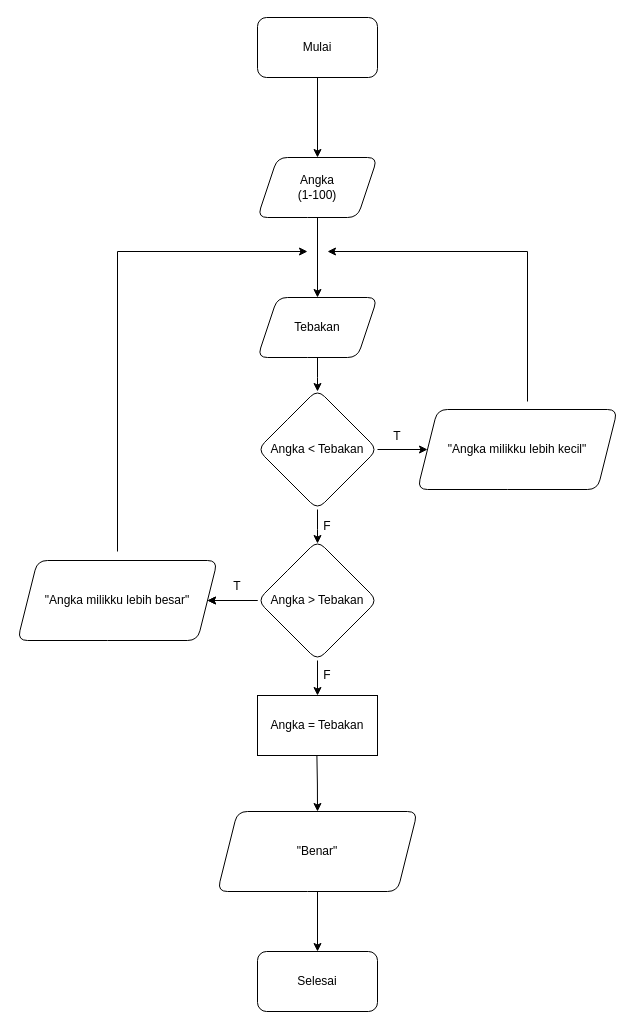
The draw.io diagram Untitled Diagram.drawio in rapf10/Algo_C_23241108, before the edit. Source tidied: cells renumbered, new cells numbered last; positions are measured from the earlier drawing's top-left corner, leaving out a move shared by most shapes. Both pictures are drawn from the tidied source at 100%, with x=0, y=0 at pixel (17, 17).
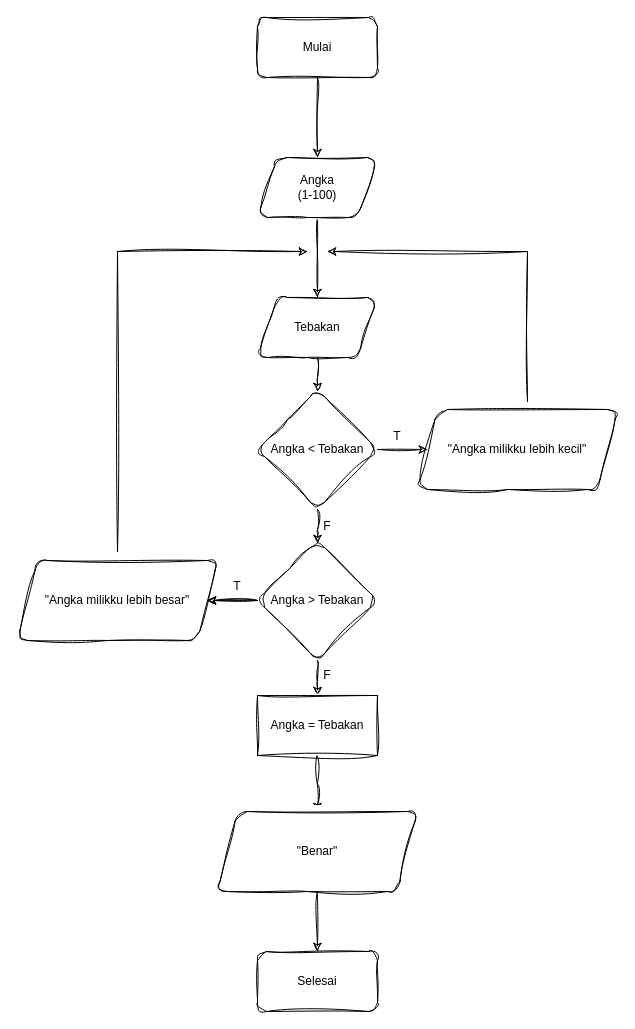
Above is the later version.

The edit, as a diff of the source:
```diff
@@
-    <mxCell id="2" style="edgeStyle=orthogonalEdgeStyle;rounded=0;jettySize=auto;html=1;" parent="1" edge="1" source="3" target="5">
+    <mxCell id="2" style="edgeStyle=orthogonalEdgeStyle;rounded=0;jettySize=auto;html=1;labelBackgroundColor=none;fontColor=default;sketch=1;curveFitting=1;jiggle=2;" parent="1" edge="1" source="3" target="5">
       <mxGeometry relative="1" as="geometry" />
     </mxCell>
-    <mxCell id="3" value="Mulai" style="rounded=1;whiteSpace=wrap;html=1;" parent="1" vertex="1">
+    <mxCell id="3" value="Mulai" style="rounded=1;whiteSpace=wrap;html=1;labelBackgroundColor=none;sketch=1;curveFitting=1;jiggle=2;" parent="1" vertex="1">
       <mxGeometry x="240" width="120" height="60" as="geometry" />
     </mxCell>
-    <mxCell id="4" style="edgeStyle=orthogonalEdgeStyle;rounded=0;jettySize=auto;html=1;" parent="1" edge="1" source="5" target="7">
+    <mxCell id="4" style="edgeStyle=orthogonalEdgeStyle;rounded=0;jettySize=auto;html=1;labelBackgroundColor=none;fontColor=default;sketch=1;curveFitting=1;jiggle=2;" parent="1" edge="1" source="5" target="7">
       <mxGeometry relative="1" as="geometry" />
     </mxCell>
-    <mxCell id="5" value="Angka &lt;br&gt;(1-100)" style="shape=parallelogram;perimeter=parallelogramPerimeter;whiteSpace=wrap;html=1;fixedSize=1;rounded=1;" parent="1" vertex="1">
+    <mxCell id="5" value="Angka &lt;br&gt;(1-100)" style="shape=parallelogram;perimeter=parallelogramPerimeter;whiteSpace=wrap;html=1;fixedSize=1;rounded=1;labelBackgroundColor=none;sketch=1;curveFitting=1;jiggle=2;" parent="1" vertex="1">
       <mxGeometry x="240" y="140" width="120" height="60" as="geometry" />
     </mxCell>
-    <mxCell id="6" style="edgeStyle=orthogonalEdgeStyle;rounded=0;jettySize=auto;html=1;" parent="1" edge="1" source="7">
+    <mxCell id="6" style="edgeStyle=orthogonalEdgeStyle;rounded=0;jettySize=auto;html=1;labelBackgroundColor=none;fontColor=default;sketch=1;curveFitting=1;jiggle=2;" parent="1" edge="1" source="7">
       <mxGeometry relative="1" as="geometry">
         <mxPoint x="300" y="374" as="targetPoint" />
       </mxGeometry>
     </mxCell>
-    <mxCell id="7" value="Tebakan" style="shape=parallelogram;perimeter=parallelogramPerimeter;whiteSpace=wrap;html=1;fixedSize=1;rounded=1;" parent="1" vertex="1">
+    <mxCell id="7" value="Tebakan" style="shape=parallelogram;perimeter=parallelogramPerimeter;whiteSpace=wrap;html=1;fixedSize=1;rounded=1;labelBackgroundColor=none;sketch=1;curveFitting=1;jiggle=2;" parent="1" vertex="1">
       <mxGeometry x="240" y="280" width="120" height="60" as="geometry" />
     </mxCell>
-    <mxCell id="8" style="edgeStyle=orthogonalEdgeStyle;rounded=0;jettySize=auto;html=1;" parent="1" edge="1" source="10" target="11">
+    <mxCell id="8" style="edgeStyle=orthogonalEdgeStyle;rounded=0;jettySize=auto;html=1;labelBackgroundColor=none;fontColor=default;sketch=1;curveFitting=1;jiggle=2;" parent="1" edge="1" source="10" target="11">
       <mxGeometry relative="1" as="geometry" />
     </mxCell>
-    <mxCell id="9" style="edgeStyle=orthogonalEdgeStyle;rounded=0;jettySize=auto;html=1;" parent="1" edge="1" source="10">
+    <mxCell id="9" style="edgeStyle=orthogonalEdgeStyle;rounded=0;jettySize=auto;html=1;labelBackgroundColor=none;fontColor=default;sketch=1;curveFitting=1;jiggle=2;" parent="1" edge="1" source="10">
       <mxGeometry relative="1" as="geometry">
         <mxPoint x="300" y="526" as="targetPoint" />
       </mxGeometry>
     </mxCell>
-    <mxCell id="10" value="Angka &amp;lt; Tebakan" style="rhombus;whiteSpace=wrap;html=1;rounded=1;" parent="1" vertex="1">
+    <mxCell id="10" value="Angka &amp;lt; Tebakan" style="rhombus;whiteSpace=wrap;html=1;rounded=1;labelBackgroundColor=none;sketch=1;curveFitting=1;jiggle=2;" parent="1" vertex="1">
       <mxGeometry x="240" y="372" width="120" height="120" as="geometry" />
     </mxCell>
-    <mxCell id="11" value="&quot;Angka milikku lebih kecil&quot;" style="shape=parallelogram;perimeter=parallelogramPerimeter;whiteSpace=wrap;html=1;fixedSize=1;rounded=1;" parent="1" vertex="1">
+    <mxCell id="11" value="&quot;Angka milikku lebih kecil&quot;" style="shape=parallelogram;perimeter=parallelogramPerimeter;whiteSpace=wrap;html=1;fixedSize=1;rounded=1;labelBackgroundColor=none;sketch=1;curveFitting=1;jiggle=2;" parent="1" vertex="1">
       <mxGeometry x="400" y="392" width="200" height="80" as="geometry" />
     </mxCell>
-    <mxCell id="12" style="edgeStyle=orthogonalEdgeStyle;rounded=0;jettySize=auto;html=1;" parent="1" edge="1" source="15" target="16">
+    <mxCell id="12" style="edgeStyle=orthogonalEdgeStyle;rounded=0;jettySize=auto;html=1;labelBackgroundColor=none;fontColor=default;sketch=1;curveFitting=1;jiggle=2;" parent="1" edge="1" source="15" target="16">
       <mxGeometry relative="1" as="geometry" />
     </mxCell>
-    <mxCell id="13" style="edgeStyle=orthogonalEdgeStyle;rounded=0;jettySize=auto;html=1;entryX=0.5;entryY=0;entryDx=0;entryDy=0;" parent="1" edge="1" source="15" target="22">
+    <mxCell id="13" style="edgeStyle=orthogonalEdgeStyle;rounded=0;jettySize=auto;html=1;entryX=0.5;entryY=0;entryDx=0;entryDy=0;labelBackgroundColor=none;fontColor=default;sketch=1;curveFitting=1;jiggle=2;" parent="1" edge="1" source="15" target="22">
       <mxGeometry relative="1" as="geometry" />
     </mxCell>
-    <mxCell id="14" style="edgeStyle=orthogonalEdgeStyle;rounded=0;jettySize=auto;html=1;" parent="1" edge="1" source="15" target="16">
+    <mxCell id="14" style="edgeStyle=orthogonalEdgeStyle;rounded=0;jettySize=auto;html=1;labelBackgroundColor=none;fontColor=default;sketch=1;curveFitting=1;jiggle=2;" parent="1" edge="1" source="15" target="16">
       <mxGeometry relative="1" as="geometry" />
     </mxCell>
-    <mxCell id="15" value="Angka &amp;gt; Tebakan" style="rhombus;whiteSpace=wrap;html=1;rounded=1;" parent="1" vertex="1">
+    <mxCell id="15" value="Angka &amp;gt; Tebakan" style="rhombus;whiteSpace=wrap;html=1;rounded=1;labelBackgroundColor=none;sketch=1;curveFitting=1;jiggle=2;" parent="1" vertex="1">
       <mxGeometry x="240" y="523" width="120" height="120" as="geometry" />
     </mxCell>
-    <mxCell id="16" value="&quot;Angka milikku lebih besar&quot;" style="shape=parallelogram;perimeter=parallelogramPerimeter;whiteSpace=wrap;html=1;fixedSize=1;rounded=1;" parent="1" vertex="1">
+    <mxCell id="16" value="&quot;Angka milikku lebih besar&quot;" style="shape=parallelogram;perimeter=parallelogramPerimeter;whiteSpace=wrap;html=1;fixedSize=1;rounded=1;labelBackgroundColor=none;sketch=1;curveFitting=1;jiggle=2;" parent="1" vertex="1">
       <mxGeometry y="543" width="200" height="80" as="geometry" />
     </mxCell>
-    <mxCell id="17" style="edgeStyle=orthogonalEdgeStyle;rounded=0;jettySize=auto;html=1;entryX=0.5;entryY=0;entryDx=0;entryDy=0;" parent="1" edge="1" target="18">
+    <mxCell id="17" style="edgeStyle=orthogonalEdgeStyle;rounded=0;jettySize=auto;html=1;entryX=0.5;entryY=0;entryDx=0;entryDy=0;labelBackgroundColor=none;fontColor=default;sketch=1;curveFitting=1;jiggle=2;" parent="1" edge="1" target="18">
       <mxGeometry relative="1" as="geometry">
         <mxPoint x="299.4" y="738" as="sourcePoint" />
       </mxGeometry>
     </mxCell>
-    <mxCell id="18" value="&quot;Benar&quot;" style="shape=parallelogram;perimeter=parallelogramPerimeter;whiteSpace=wrap;html=1;fixedSize=1;rounded=1;" parent="1" vertex="1">
+    <mxCell id="18" value="&quot;Benar&quot;" style="shape=parallelogram;perimeter=parallelogramPerimeter;whiteSpace=wrap;html=1;fixedSize=1;rounded=1;labelBackgroundColor=none;sketch=1;curveFitting=1;jiggle=2;" parent="1" vertex="1">
       <mxGeometry x="200" y="794" width="200" height="80" as="geometry" />
     </mxCell>
-    <mxCell id="19" value="Selesai" style="whiteSpace=wrap;html=1;rounded=1;" parent="1" vertex="1">
+    <mxCell id="19" value="Selesai" style="whiteSpace=wrap;html=1;rounded=1;labelBackgroundColor=none;sketch=1;curveFitting=1;jiggle=2;" parent="1" vertex="1">
       <mxGeometry x="240" y="934" width="120" height="60" as="geometry" />
     </mxCell>
-    <mxCell id="20" style="endArrow=classic;html=1;rounded=0;" parent="1" edge="1">
+    <mxCell id="20" style="endArrow=classic;html=1;rounded=0;labelBackgroundColor=none;fontColor=default;sketch=1;curveFitting=1;jiggle=2;" parent="1" edge="1">
       <mxGeometry relative="1" as="geometry">
         <mxPoint x="100" y="534" as="sourcePoint" />
         <mxPoint x="290" y="234" as="targetPoint" />
         <Array as="points">
           <mxPoint x="100" y="234" />
         </Array>
       </mxGeometry>
     </mxCell>
-    <mxCell id="21" style="endArrow=classic;html=1;rounded=0;" parent="1" edge="1">
+    <mxCell id="21" style="endArrow=classic;html=1;rounded=0;labelBackgroundColor=none;fontColor=default;sketch=1;curveFitting=1;jiggle=2;" parent="1" edge="1">
       <mxGeometry relative="1" as="geometry">
         <mxPoint x="510" y="384" as="sourcePoint" />
         <mxPoint x="310" y="234" as="targetPoint" />
         <Array as="points">
           <mxPoint x="510" y="234" />
         </Array>
       </mxGeometry>
     </mxCell>
-    <mxCell id="22" value="Angka = Tebakan" style="rounded=0;whiteSpace=wrap;html=1;" parent="1" vertex="1">
+    <mxCell id="22" value="Angka = Tebakan" style="rounded=0;whiteSpace=wrap;html=1;labelBackgroundColor=none;sketch=1;curveFitting=1;jiggle=2;" parent="1" vertex="1">
       <mxGeometry x="240" y="678" width="120" height="60" as="geometry" />
     </mxCell>
-    <mxCell id="23" style="endArrow=classic;html=1;rounded=0;entryX=0.5;entryY=0;entryDx=0;entryDy=0;" parent="1" edge="1" target="19">
+    <mxCell id="23" style="endArrow=classic;html=1;rounded=0;entryX=0.5;entryY=0;entryDx=0;entryDy=0;labelBackgroundColor=none;fontColor=default;sketch=1;curveFitting=1;jiggle=2;" parent="1" edge="1" target="19">
       <mxGeometry relative="1" as="geometry">
         <mxPoint x="300" y="874" as="sourcePoint" />
       </mxGeometry>
     </mxCell>
-    <mxCell id="24" value="T" style="text;html=1;strokeColor=none;fillColor=none;align=center;verticalAlign=middle;whiteSpace=wrap;rounded=0;" parent="1" vertex="1">
+    <mxCell id="24" value="T" style="text;html=1;strokeColor=none;fillColor=none;align=center;verticalAlign=middle;whiteSpace=wrap;rounded=0;labelBackgroundColor=none;sketch=1;curveFitting=1;jiggle=2;" parent="1" vertex="1">
       <mxGeometry x="190" y="554" width="60" height="30" as="geometry" />
     </mxCell>
-    <mxCell id="25" value="T" style="text;html=1;strokeColor=none;fillColor=none;align=center;verticalAlign=middle;whiteSpace=wrap;rounded=0;" parent="1" vertex="1">
+    <mxCell id="25" value="T" style="text;html=1;strokeColor=none;fillColor=none;align=center;verticalAlign=middle;whiteSpace=wrap;rounded=0;labelBackgroundColor=none;sketch=1;curveFitting=1;jiggle=2;" parent="1" vertex="1">
       <mxGeometry x="350" y="404" width="60" height="30" as="geometry" />
     </mxCell>
-    <mxCell id="26" value="F" style="text;html=1;strokeColor=none;fillColor=none;align=center;verticalAlign=middle;whiteSpace=wrap;rounded=0;" parent="1" vertex="1">
+    <mxCell id="26" value="F" style="text;html=1;strokeColor=none;fillColor=none;align=center;verticalAlign=middle;whiteSpace=wrap;rounded=0;labelBackgroundColor=none;sketch=1;curveFitting=1;jiggle=2;" parent="1" vertex="1">
       <mxGeometry x="280" y="494" width="60" height="30" as="geometry" />
     </mxCell>
-    <mxCell id="27" value="F" style="text;html=1;strokeColor=none;fillColor=none;align=center;verticalAlign=middle;whiteSpace=wrap;rounded=0;" parent="1" vertex="1">
+    <mxCell id="27" value="F" style="text;html=1;strokeColor=none;fillColor=none;align=center;verticalAlign=middle;whiteSpace=wrap;rounded=0;labelBackgroundColor=none;sketch=1;curveFitting=1;jiggle=2;" parent="1" vertex="1">
       <mxGeometry x="280" y="643" width="60" height="30" as="geometry" />
     </mxCell>
```
